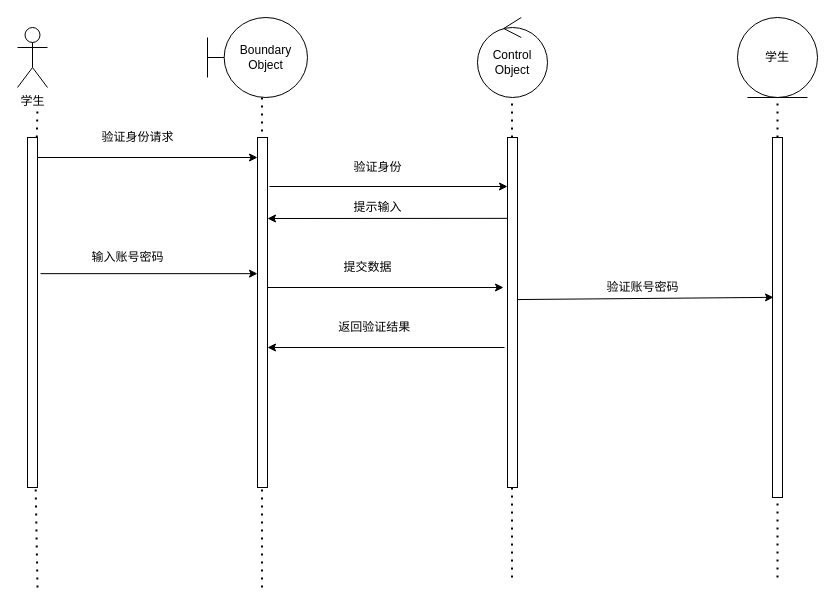
Before: 未命名绘图.drawio in a26680533/idcardgenerator, a draw.io diagram. Source tidied: cells renumbered, new cells numbered last; positions are measured from the earlier drawing's top-left corner, leaving out a move shared by most shapes. Both pictures are drawn from the tidied source at 100%, with x=0, y=0 at pixel (17, 17).
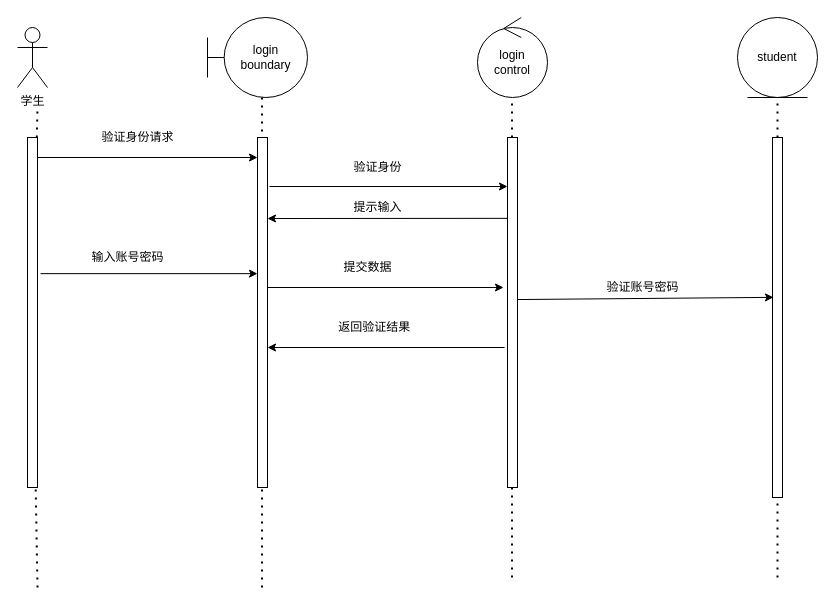
The same page after the edit.

Commit message:
更新未命名绘图.drawio

Diff of the diagram source:
```diff
@@
-    <mxCell id="7" value="Boundary Object" style="shape=umlBoundary;whiteSpace=wrap;html=1;" parent="1" vertex="1">
+    <mxCell id="7" value="login &lt;br&gt;boundary" style="shape=umlBoundary;whiteSpace=wrap;html=1;" parent="1" vertex="1">
       <mxGeometry x="190" width="100" height="80" as="geometry" />
     </mxCell>
-    <mxCell id="8" value="学生" style="ellipse;shape=umlEntity;whiteSpace=wrap;html=1;" parent="1" vertex="1">
+    <mxCell id="8" value="student" style="ellipse;shape=umlEntity;whiteSpace=wrap;html=1;" parent="1" vertex="1">
       <mxGeometry x="720" width="80" height="80" as="geometry" />
     </mxCell>
-    <mxCell id="9" value="Control Object" style="ellipse;shape=umlControl;whiteSpace=wrap;html=1;" parent="1" vertex="1">
+    <mxCell id="9" value="login&lt;br&gt;control" style="ellipse;shape=umlControl;whiteSpace=wrap;html=1;" parent="1" vertex="1">
       <mxGeometry x="460" width="70" height="80" as="geometry" />
     </mxCell>
```
